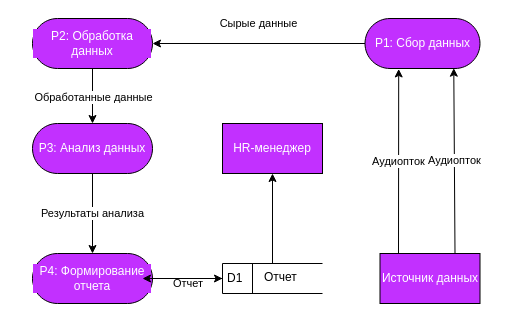
The draw.io diagram вкр/DFD/DFD гейна.drawio in Hetsunya/diplom, before the edit. Source tidied: cells renumbered, new cells numbered last; positions are measured from the earlier drawing's top-left corner, leaving out a move shared by most shapes. Both pictures are drawn from the tidied source at 100%, with x=0, y=0 at pixel (32, 18).
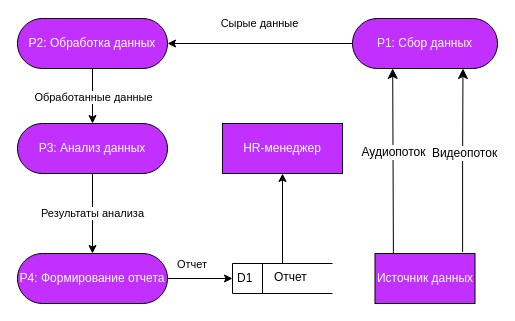
The same diagram, later.

Unchanged cells that the change refers to:
```xml
<mxCell id="8" style="edgeStyle=orthogonalEdgeStyle;rounded=0;jettySize=auto;html=1;entryX=0;entryY=0.5;entryDx=0;entryDy=0;labelBackgroundColor=light-dark(#6649d0, #ededed);fontColor=light-dark(#ffffff, #ededed);labelBorderColor=default;textShadow=0;" parent="1" edge="1" source="10" target="13">
  <mxGeometry relative="1" as="geometry" />
</mxCell>
<mxCell id="13" value="D1" style="html=1;dashed=0;whiteSpace=wrap;shape=mxgraph.dfd.dataStoreID;align=left;spacingLeft=3;points=[[0,0],[0.5,0],[1,0],[0,0.5],[1,0.5],[0,1],[0.5,1],[1,1]];labelBackgroundColor=none;fontColor=default;labelBorderColor=none;textShadow=0;" parent="12" vertex="1">
  <mxGeometry width="100" height="30" as="geometry" />
</mxCell>
```

Change to the diagram source:
```diff
@@
     <mxCell id="2" value="&lt;span style=&quot;&quot;&gt;Источник данных&lt;/span&gt;" style="html=1;dashed=0;whiteSpace=wrap;labelBackgroundColor=light-dark(#C230FF,#EDEDED);fontColor=light-dark(#ffffff, #ededed);labelBorderColor=none;textShadow=0;gradientColor=none;fillColor=#C230FF;" parent="1" vertex="1">
-      <mxGeometry x="347.5" y="235" width="100" height="50" as="geometry" />
+      <mxGeometry x="342.5" y="235" width="100" height="50" as="geometry" />
     </mxCell>
     <mxCell id="3" value="&lt;span style=&quot;&quot;&gt;P1: Сбор данных&lt;/span&gt;" style="html=1;dashed=0;whiteSpace=wrap;shape=mxgraph.dfd.start;labelBackgroundColor=light-dark(#C230FF,#EDEDED);fontColor=light-dark(#ffffff, #ededed);labelBorderColor=none;textShadow=0;gradientColor=none;fillColor=#C230FF;" parent="1" vertex="1">
-      <mxGeometry x="332.5" width="115" height="50" as="geometry" />
+      <mxGeometry x="320" width="145" height="50" as="geometry" />
     </mxCell>
@@
     <mxCell id="6" value="&lt;span style=&quot;&quot;&gt;P2: Обработка данных&lt;/span&gt;" style="html=1;dashed=0;whiteSpace=wrap;shape=mxgraph.dfd.start;labelBackgroundColor=light-dark(#C230FF,#EDEDED);fontColor=light-dark(#ffffff, #ededed);labelBorderColor=none;textShadow=0;gradientColor=none;fillColor=#C230FF;" parent="1" vertex="1">
-      <mxGeometry width="120" height="50" as="geometry" />
+      <mxGeometry x="-15" width="150" height="50" as="geometry" />
     </mxCell>
     <mxCell id="7" value="&lt;span style=&quot;&quot;&gt;P3: Анализ данных&lt;/span&gt;" style="html=1;dashed=0;whiteSpace=wrap;shape=mxgraph.dfd.start;labelBackgroundColor=light-dark(#C230FF,#EDEDED);fontColor=light-dark(#ffffff, #ededed);labelBorderColor=none;textShadow=0;gradientColor=none;fillColor=#C230FF;" parent="1" vertex="1">
-      <mxGeometry y="105" width="120" height="50" as="geometry" />
+      <mxGeometry x="-15" y="105" width="150" height="50" as="geometry" />
     </mxCell>
@@
     <mxCell id="9" value="Отчет&amp;nbsp;" style="edgeLabel;html=1;align=center;verticalAlign=middle;labelBackgroundColor=light-dark(#ffffff, #ededed);fontColor=default;labelBorderColor=none;textShadow=0;" parent="8" vertex="1">
-      <mxGeometry x="0.04" y="-4" relative="1" as="geometry" />
+      <mxGeometry x="0.04" y="-4" relative="1" as="geometry">
+        <mxPoint x="-9" y="-19" as="offset" />
+      </mxGeometry>
     </mxCell>
     <mxCell id="10" value="&lt;span style=&quot;&quot;&gt;P4: Формирование отчета&lt;/span&gt;" style="html=1;dashed=0;whiteSpace=wrap;shape=mxgraph.dfd.start;labelBackgroundColor=light-dark(#C230FF,#EDEDED);fontColor=light-dark(#ffffff, #ededed);labelBorderColor=none;textShadow=0;gradientColor=none;fillColor=#C230FF;" parent="1" vertex="1">
-      <mxGeometry y="235" width="120" height="50" as="geometry" />
+      <mxGeometry x="-15" y="235" width="150" height="50" as="geometry" />
     </mxCell>
     <mxCell id="11" value="&lt;span style=&quot;&quot;&gt;HR-менеджер&lt;/span&gt;" style="html=1;dashed=0;whiteSpace=wrap;labelBackgroundColor=light-dark(#C230FF,#EDEDED);fontColor=light-dark(#ffffff, #ededed);labelBorderColor=none;textShadow=0;gradientColor=none;fillColor=#C230FF;" parent="1" vertex="1">
-      <mxGeometry x="190" y="105" width="100" height="50" as="geometry" />
+      <mxGeometry x="190" y="105" width="120" height="50" as="geometry" />
     </mxCell>
     <mxCell id="12" style="group;labelBackgroundColor=none;fontColor=default;labelBorderColor=none;textShadow=0;" parent="1" vertex="1">
-      <mxGeometry x="190" y="245" width="100" height="30" as="geometry" />
+      <mxGeometry x="200" y="245" width="100" height="30" as="geometry" />
     </mxCell>
@@
-    <mxCell id="15" value="Аудиопток" style="rounded=0;jettySize=auto;html=1;entryX=0.772;entryY=0.994;entryDx=0;entryDy=0;entryPerimeter=0;exitX=0.75;exitY=0;exitDx=0;exitDy=0;labelBackgroundColor=light-dark(#ffffff, #ededed);fontColor=default;labelBorderColor=none;textShadow=0;" parent="1" edge="1" source="2" target="3">
-      <mxGeometry relative="1" as="geometry" />
-    </mxCell>
-    <mxCell id="16" value="Аудиопток" style="rounded=0;jettySize=auto;html=1;entryX=0.293;entryY=1.009;entryDx=0;entryDy=0;entryPerimeter=0;labelBackgroundColor=light-dark(#ffffff, #ededed);fontColor=default;labelBorderColor=none;textShadow=0;" parent="1" edge="1" target="3">
-      <mxGeometry relative="1" as="geometry">
-        <mxPoint x="366" y="235" as="sourcePoint" />
-      </mxGeometry>
-    </mxCell>
@@
-    <mxCell id="20" style="edgeStyle=orthogonalEdgeStyle;rounded=0;jettySize=auto;html=1;" parent="1" edge="1" source="13">
-      <mxGeometry relative="1" as="geometry">
-        <mxPoint x="110" y="260" as="targetPoint" />
-      </mxGeometry>
-    </mxCell>
+    <mxCell id="21" style="edgeStyle=orthogonalEdgeStyle;rounded=0;jettySize=auto;html=1;entryX=0.346;entryY=0.997;entryDx=0;entryDy=0;entryPerimeter=0;fontSize=12;startSize=8;endSize=8;exitX=0.184;exitY=-0.002;exitDx=0;exitDy=0;exitPerimeter=0;" parent="1" edge="1" source="2">
+      <mxGeometry relative="1" as="geometry">
+        <mxPoint x="360.2" y="49.9" as="targetPoint" />
+        <Array as="points">
+          <mxPoint x="361" y="233" />
+          <mxPoint x="360" y="233" />
+        </Array>
+      </mxGeometry>
+    </mxCell>
+    <mxCell id="22" value="Аудиопоток" style="edgeLabel;html=1;align=center;verticalAlign=middle;fontSize=12;" parent="21" vertex="1">
+      <mxGeometry x="-0.07" relative="1" as="geometry">
+        <mxPoint y="-15" as="offset" />
+      </mxGeometry>
+    </mxCell>
+    <mxCell id="23" style="edgeStyle=orthogonalEdgeStyle;rounded=0;jettySize=auto;html=1;entryX=0.71;entryY=1.002;entryDx=0;entryDy=0;entryPerimeter=0;fontSize=12;startSize=8;endSize=8;exitX=0.876;exitY=-0.028;exitDx=0;exitDy=0;exitPerimeter=0;" parent="1" edge="1" source="2">
+      <mxGeometry relative="1" as="geometry">
+        <mxPoint x="430.5" y="50" as="targetPoint" />
+        <Array as="points">
+          <mxPoint x="430" y="138" />
+          <mxPoint x="431" y="138" />
+        </Array>
+      </mxGeometry>
+    </mxCell>
+    <mxCell id="24" value="Видеопоток" style="edgeLabel;html=1;align=center;verticalAlign=middle;fontSize=12;" parent="23" vertex="1">
+      <mxGeometry x="-0.09" y="-1" relative="1" as="geometry">
+        <mxPoint y="-15" as="offset" />
+      </mxGeometry>
+    </mxCell>
```
